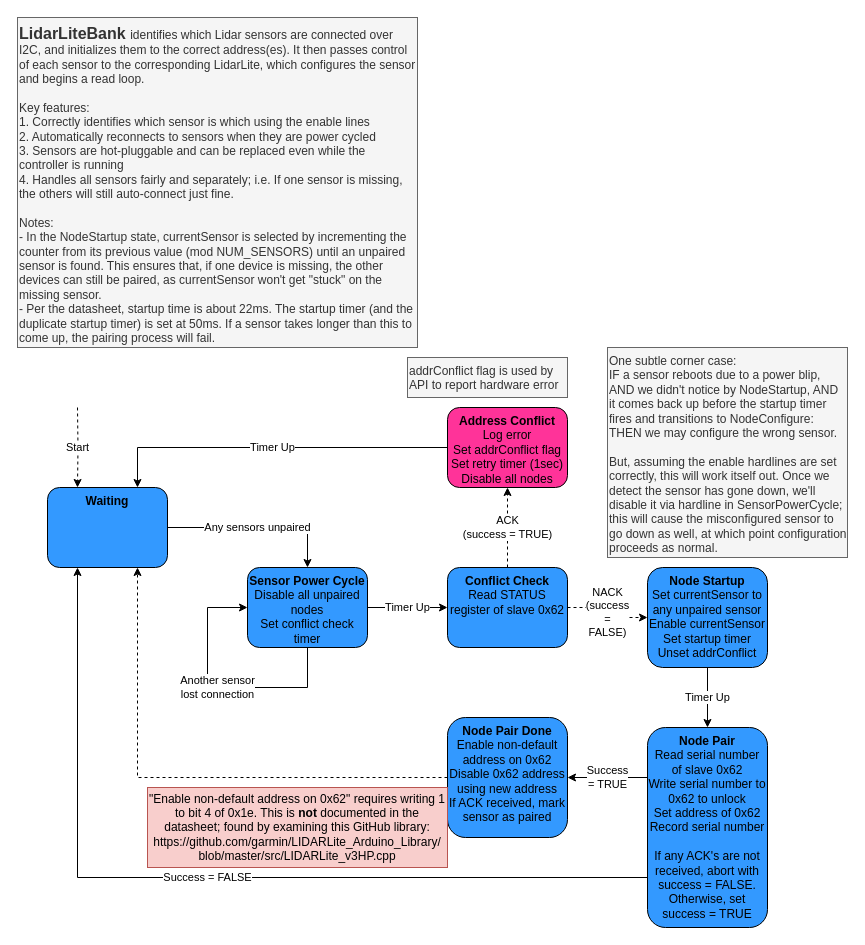
The draw.io diagram page "LidarLiteBank" (1 of 2) of LidarLiteV3_State_Machine.drawio in troyhonegger/agbot-fw, before the edit. Source tidied: cells renumbered, new cells numbered last; positions are measured from the earlier drawing's top-left corner, leaving out a move shared by most shapes. Both pictures are drawn from the tidied source at 100%, with x=0, y=0 at pixel (17, 17).
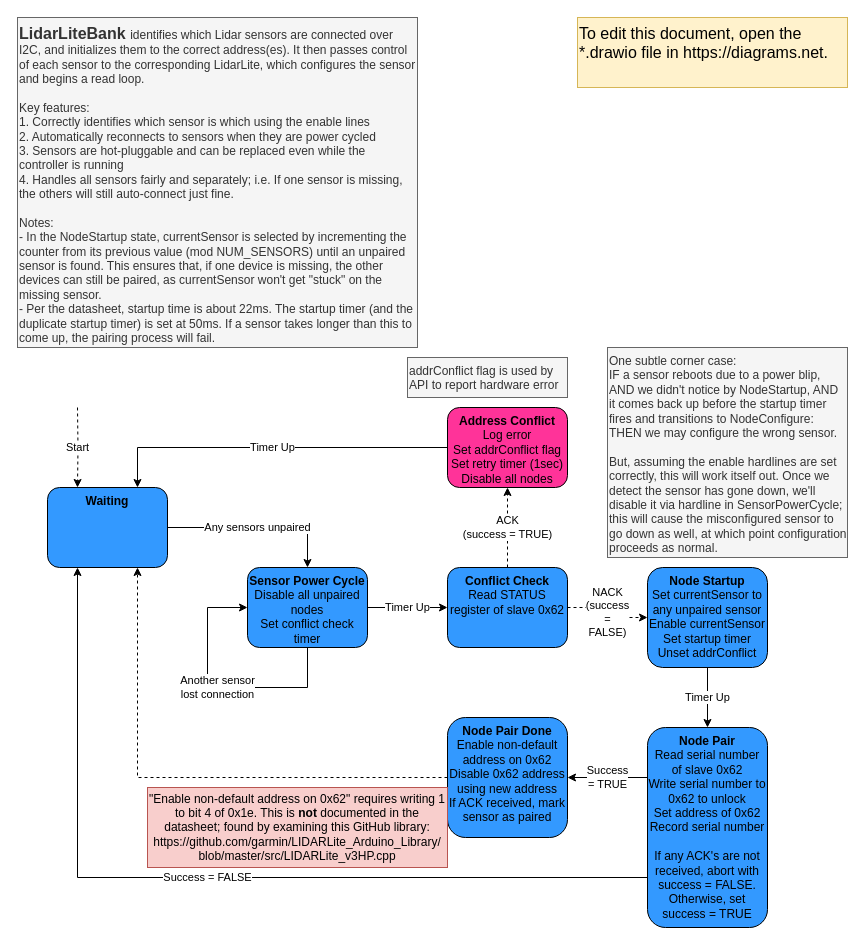
The same diagram, later.

Change to the diagram source:
```diff
@@
+    <mxCell id="24" value="&lt;span style=&quot;font-size: 16px&quot;&gt;To edit this document, open the *.drawio file in https://diagrams.net.&lt;/span&gt;" style="rounded=0;whiteSpace=wrap;html=1;align=left;verticalAlign=top;fillColor=#fff2cc;strokeColor=#d6b656;" parent="1" vertex="1">
+      <mxGeometry x="560" width="270" height="70" as="geometry" />
+    </mxCell>
```
